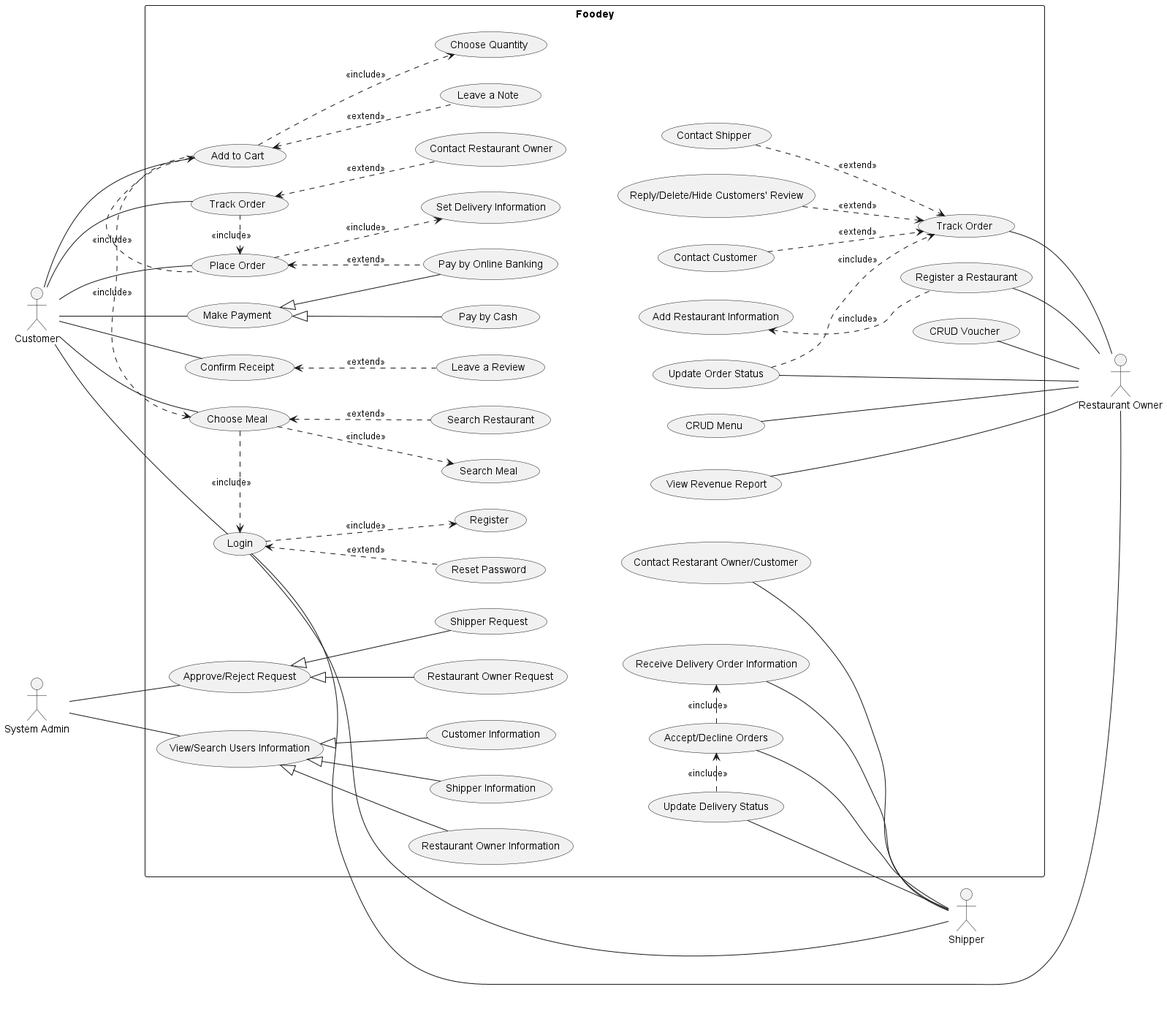
The PlantUML diagram Lab 1/Lab 1.2/out/usecase/Foodey_usecase.png in ledoantantri/SE357-Pratice-class, before a commit.
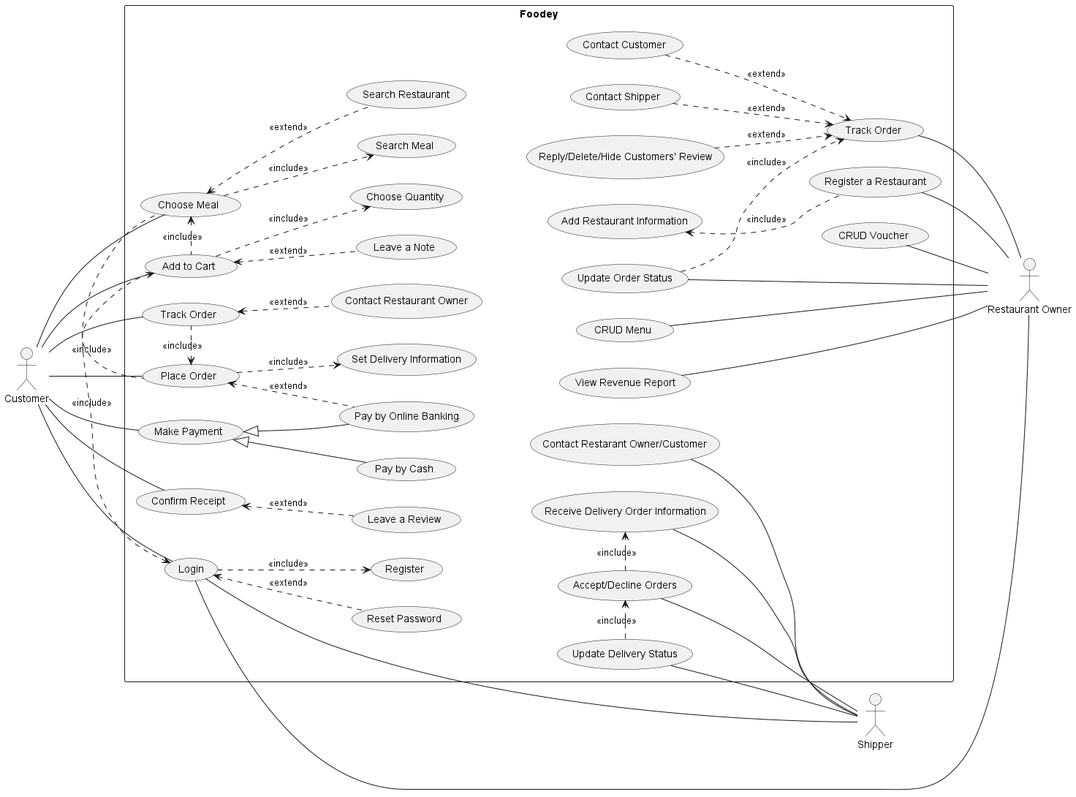
Later version of the same file.

Diff of the diagram source:
```diff
@@ -5,7 +5,6 @@
 actor "Customer" as Cm
 actor "Restaurant Owner" as RO
 actor "Shipper" as Shp
-actor "System Admin" as SA
 
 rectangle Foodey{
     usecase "Login" as UC1
@@ -78,19 +77,7 @@
     UC30 .r.> UC29: <<include>>
     UC31 .r.> UC30: <<include>>
 
-    usecase "View/Search Users Information" as UC33
-    usecase "Customer Information" as UC34
-    usecase "Restaurant Owner Information" as UC35
-    usecase "Shipper Information" as UC36
-    UC33 <|-- UC34
-    UC33 <|-- UC35
-    UC33 <|-- UC36
 
-    usecase "Approve/Reject Request" as UC37
-    usecase "Restaurant Owner Request" as UC38
-    usecase "Shipper Request" as UC39
-    UC37 <|-- UC38
-    UC37 <|-- UC39
 }
 Cm -- UC1
 Cm -- UC2
@@ -114,8 +101,6 @@
 UC31 -- Shp
 UC32 -- Shp
 
-SA -- UC33
-SA -- UC37
 
 UC15 -[hidden]- UC20
 UC15 -[hidden]- UC21
```
